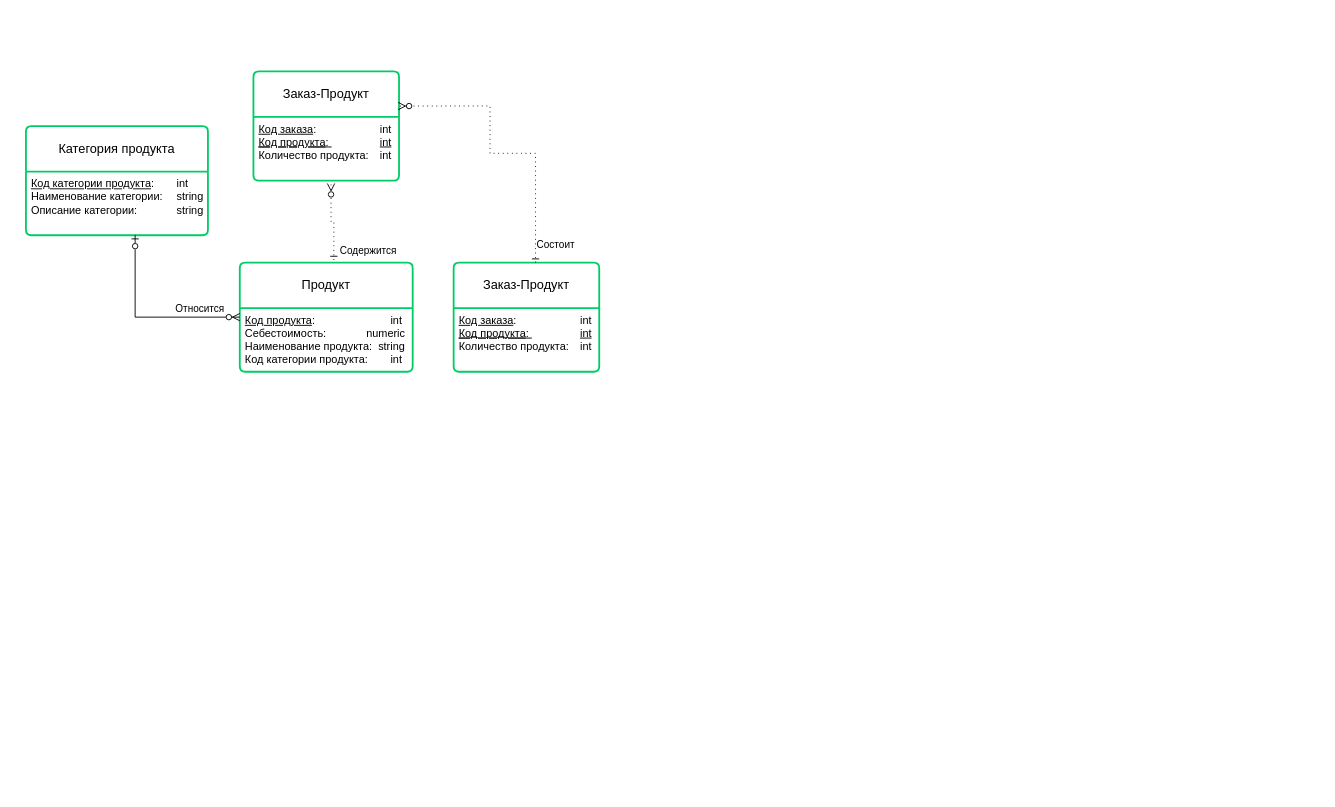
nik-gorby/PWH-18 keeps this draw.io diagram as PWH-18_HW1.drawio. Above is the earlier version. Source tidied: cells renumbered, new cells numbered last; positions are measured from the earlier drawing's top-left corner, leaving out a move shared by most shapes. Both pictures are drawn from the tidied source at 91%, with x=0, y=0 at pixel (25, 71).
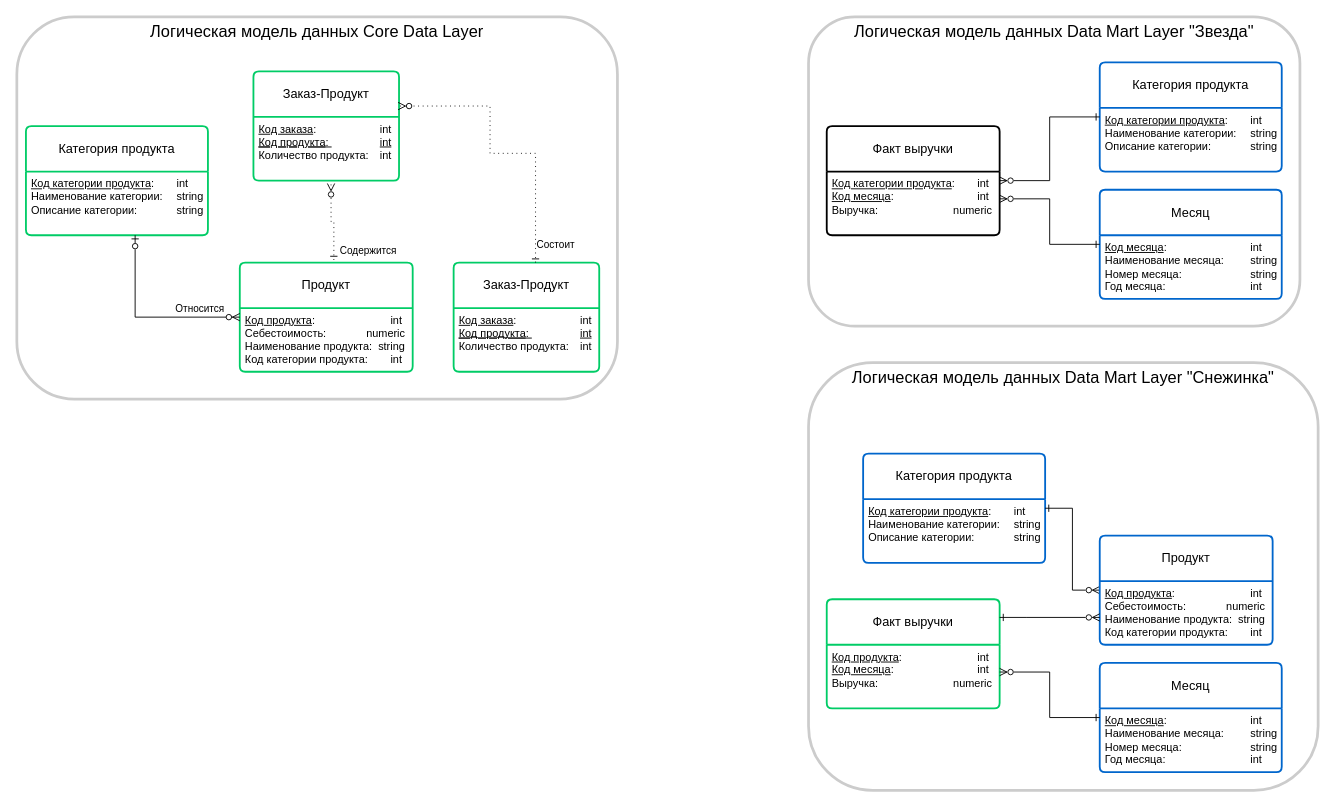
Above is the later version.

Change to the diagram source:
```diff
@@
+    <mxCell id="16" value="Логическая модель данных Data Mart Layer &quot;Снежинка&quot;" style="rounded=1;whiteSpace=wrap;html=1;glass=0;fillColor=none;verticalAlign=top;fontSize=18;strokeColor=#CCCCCC;strokeWidth=3;" parent="1" vertex="1">
+      <mxGeometry x="860" y="320" width="560" height="470" as="geometry" />
+    </mxCell>
+    <mxCell id="17" value="Логическая модель данных Core Data Layer" style="rounded=1;whiteSpace=wrap;html=1;glass=0;fillColor=none;verticalAlign=top;fontSize=18;strokeColor=#CCCCCC;strokeWidth=3;" parent="1" vertex="1">
+      <mxGeometry x="-10" y="-60" width="660" height="420" as="geometry" />
+    </mxCell>
@@
+    <mxCell id="18" style="group;" parent="1" vertex="1">
+      <mxGeometry x="860" y="-60" width="540" height="340" as="geometry" />
+    </mxCell>
+    <mxCell id="19" value="Факт выручки" style="swimlane;horizontal=1;startSize=50;rounded=1;fontSize=14;fontStyle=0;strokeWidth=2;shadow=0;dashed=0;align=center;arcSize=4;whiteSpace=wrap;html=1;" parent="18" vertex="1">
+      <mxGeometry x="20" y="120" width="190" height="120" as="geometry" />
+    </mxCell>
+    <mxCell id="20" value="&lt;u&gt;Код категории продукта&lt;/u&gt;:&lt;span style=&quot;white-space: pre;&quot;&gt;&#9;&lt;/span&gt;int&lt;div&gt;&lt;u&gt;Код месяца&lt;/u&gt;: &lt;span style=&quot;white-space: pre;&quot;&gt;&#9;&lt;/span&gt;&lt;span style=&quot;white-space: pre;&quot;&gt;&#9;&lt;/span&gt;&lt;span style=&quot;white-space: pre;&quot;&gt;&#9;&lt;span style=&quot;white-space: pre;&quot;&gt;&#9;&lt;/span&gt;&lt;/span&gt;int&lt;/div&gt;&lt;div&gt;Выручка: &lt;span style=&quot;white-space: pre;&quot;&gt;&#9;&lt;/span&gt;&lt;span style=&quot;white-space: pre;&quot;&gt;&#9;&lt;span style=&quot;white-space: pre;&quot;&gt;&#9;&lt;/span&gt;&lt;/span&gt;numeric&lt;/div&gt;" style="align=left;strokeColor=none;fillColor=none;spacingLeft=4;spacingRight=4;fontSize=12;verticalAlign=top;html=1;whiteSpace=wrap;" parent="19" vertex="1">
+      <mxGeometry y="50" width="190" height="70" as="geometry" />
+    </mxCell>
+    <mxCell id="21" value="Категория продукта" style="swimlane;horizontal=1;startSize=50;rounded=1;fontSize=14;fontStyle=0;strokeWidth=2;shadow=0;dashed=0;align=center;arcSize=4;whiteSpace=wrap;html=1;strokeColor=#0066CC;" parent="18" vertex="1">
+      <mxGeometry x="320" y="50" width="200" height="120" as="geometry" />
+    </mxCell>
+    <mxCell id="22" value="&lt;div style=&quot;text-align: justify;&quot;&gt;&lt;span style=&quot;background-color: transparent; color: light-dark(rgb(0, 0, 0), rgb(255, 255, 255));&quot;&gt;&lt;u&gt;Код категории продукта&lt;/u&gt;:&lt;span style=&quot;white-space: pre;&quot;&gt;&#9;&lt;/span&gt;&lt;/span&gt;&lt;span style=&quot;background-color: transparent; color: light-dark(rgb(0, 0, 0), rgb(255, 255, 255));&quot;&gt;int&lt;/span&gt;&lt;/div&gt;&lt;div style=&quot;text-align: justify;&quot;&gt;Наименование категории: &lt;span style=&quot;white-space: pre;&quot;&gt;&#9;&lt;/span&gt;string&lt;/div&gt;&lt;div style=&quot;text-align: justify;&quot;&gt;Описание категории: &lt;span style=&quot;white-space: pre;&quot;&gt;&#9;&lt;/span&gt;&lt;span style=&quot;white-space: pre;&quot;&gt;&#9;&lt;/span&gt;string&lt;/div&gt;" style="align=left;strokeColor=none;fillColor=none;spacingLeft=4;spacingRight=4;fontSize=12;verticalAlign=top;html=1;whiteSpace=wrap;" parent="21" vertex="1">
+      <mxGeometry y="50" width="200" height="70" as="geometry" />
+    </mxCell>
+    <mxCell id="23" value="Месяц" style="swimlane;horizontal=1;startSize=50;rounded=1;fontSize=14;fontStyle=0;strokeWidth=2;shadow=0;dashed=0;align=center;arcSize=4;whiteSpace=wrap;html=1;strokeColor=#0066CC;" parent="18" vertex="1">
+      <mxGeometry x="320" y="190" width="200" height="120" as="geometry" />
+    </mxCell>
+    <mxCell id="24" value="&lt;div style=&quot;text-align: justify;&quot;&gt;&lt;span style=&quot;background-color: transparent; color: light-dark(rgb(0, 0, 0), rgb(255, 255, 255));&quot;&gt;&lt;u&gt;Код месяца&lt;/u&gt;:&lt;span style=&quot;white-space: pre;&quot;&gt;&#9;&lt;span style=&quot;white-space: pre;&quot;&gt;&#9;&lt;/span&gt;&lt;span style=&quot;white-space: pre;&quot;&gt;&#9;&lt;/span&gt;&lt;span style=&quot;white-space: pre;&quot;&gt;&#9;&lt;/span&gt;&lt;/span&gt;&lt;/span&gt;&lt;span style=&quot;background-color: transparent; color: light-dark(rgb(0, 0, 0), rgb(255, 255, 255));&quot;&gt;int&lt;/span&gt;&lt;/div&gt;&lt;div style=&quot;text-align: justify;&quot;&gt;Наименование месяца: &lt;span style=&quot;white-space: pre;&quot;&gt;&#9;&lt;/span&gt;string&lt;/div&gt;&lt;div style=&quot;text-align: justify;&quot;&gt;Номер месяца: &lt;span style=&quot;white-space: pre;&quot;&gt;&#9;&lt;/span&gt;&lt;span style=&quot;white-space: pre;&quot;&gt;&#9;&lt;span style=&quot;white-space: pre;&quot;&gt;&#9;&lt;/span&gt;&lt;/span&gt;string&lt;/div&gt;&lt;div style=&quot;&quot;&gt;Год месяца: &lt;span style=&quot;white-space: pre;&quot;&gt;&#9;&lt;/span&gt;&lt;span style=&quot;white-space: pre;&quot;&gt;&#9;&lt;/span&gt;&lt;span style=&quot;white-space: pre;&quot;&gt;&#9;&lt;/span&gt;&lt;span style=&quot;white-space: pre;&quot;&gt;&#9;&lt;/span&gt;int&lt;/div&gt;" style="align=left;strokeColor=none;fillColor=none;spacingLeft=4;spacingRight=4;fontSize=12;verticalAlign=top;html=1;whiteSpace=wrap;" parent="23" vertex="1">
+      <mxGeometry y="50" width="200" height="70" as="geometry" />
+    </mxCell>
+    <mxCell id="25" style="edgeStyle=orthogonalEdgeStyle;fontSize=12;html=1;endArrow=ERone;startArrow=ERzeroToMany;rounded=0;startFill=0;endFill=0;" parent="18" edge="1" source="19" target="21">
+      <mxGeometry relative="1" as="geometry" />
+    </mxCell>
+    <mxCell id="26" style="edgeStyle=orthogonalEdgeStyle;fontSize=12;html=1;endArrow=ERone;startArrow=ERzeroToMany;rounded=0;startFill=0;endFill=0;" parent="18" edge="1" source="19" target="23">
+      <mxGeometry relative="1" as="geometry">
+        <Array as="points">
+          <mxPoint x="265" y="200" />
+          <mxPoint x="265" y="250" />
+        </Array>
+      </mxGeometry>
+    </mxCell>
+    <mxCell id="27" value="Логическая модель данных Data Mart Layer &quot;Звезда&quot;" style="rounded=1;whiteSpace=wrap;html=1;glass=0;fillColor=none;verticalAlign=top;fontSize=18;strokeColor=#CCCCCC;strokeWidth=3;" parent="18" vertex="1">
+      <mxGeometry width="540" height="340" as="geometry" />
+    </mxCell>
+    <mxCell id="28" value="Факт выручки" style="swimlane;horizontal=1;startSize=50;rounded=1;fontSize=14;fontStyle=0;strokeWidth=2;shadow=0;dashed=0;align=center;arcSize=4;whiteSpace=wrap;html=1;strokeColor=#00CC66;" parent="1" vertex="1">
+      <mxGeometry x="880" y="580" width="190" height="120" as="geometry" />
+    </mxCell>
+    <mxCell id="29" value="&lt;u&gt;Код продукта&lt;/u&gt;:&lt;span style=&quot;white-space: pre;&quot;&gt;&#9;&lt;span style=&quot;white-space: pre;&quot;&gt;&#9;&lt;/span&gt;&lt;span style=&quot;white-space: pre;&quot;&gt;&#9;&lt;/span&gt;&lt;span style=&quot;white-space: pre;&quot;&gt;&#9;&lt;/span&gt;&lt;/span&gt;int&lt;div&gt;&lt;u&gt;Код месяца&lt;/u&gt;: &lt;span style=&quot;white-space: pre;&quot;&gt;&#9;&lt;/span&gt;&lt;span style=&quot;white-space: pre;&quot;&gt;&#9;&lt;/span&gt;&lt;span style=&quot;white-space: pre;&quot;&gt;&#9;&lt;span style=&quot;white-space: pre;&quot;&gt;&#9;&lt;/span&gt;&lt;/span&gt;int&lt;/div&gt;&lt;div&gt;Выручка: &lt;span style=&quot;white-space: pre;&quot;&gt;&#9;&lt;/span&gt;&lt;span style=&quot;white-space: pre;&quot;&gt;&#9;&lt;span style=&quot;white-space: pre;&quot;&gt;&#9;&lt;/span&gt;&lt;/span&gt;numeric&lt;/div&gt;" style="align=left;strokeColor=none;fillColor=none;spacingLeft=4;spacingRight=4;fontSize=12;verticalAlign=top;html=1;whiteSpace=wrap;" parent="28" vertex="1">
+      <mxGeometry y="50" width="190" height="70" as="geometry" />
+    </mxCell>
+    <mxCell id="30" value="Категория продукта" style="swimlane;horizontal=1;startSize=50;rounded=1;fontSize=14;fontStyle=0;strokeWidth=2;shadow=0;dashed=0;align=center;arcSize=4;whiteSpace=wrap;html=1;strokeColor=#0066CC;" parent="1" vertex="1">
+      <mxGeometry x="920" y="420" width="200" height="120" as="geometry" />
+    </mxCell>
+    <mxCell id="31" value="&lt;div style=&quot;text-align: justify;&quot;&gt;&lt;span style=&quot;background-color: transparent; color: light-dark(rgb(0, 0, 0), rgb(255, 255, 255));&quot;&gt;&lt;u&gt;Код категории продукта&lt;/u&gt;:&lt;span style=&quot;white-space: pre;&quot;&gt;&#9;&lt;/span&gt;&lt;/span&gt;&lt;span style=&quot;background-color: transparent; color: light-dark(rgb(0, 0, 0), rgb(255, 255, 255));&quot;&gt;int&lt;/span&gt;&lt;/div&gt;&lt;div style=&quot;text-align: justify;&quot;&gt;Наименование категории: &lt;span style=&quot;white-space: pre;&quot;&gt;&#9;&lt;/span&gt;string&lt;/div&gt;&lt;div style=&quot;text-align: justify;&quot;&gt;Описание категории: &lt;span style=&quot;white-space: pre;&quot;&gt;&#9;&lt;/span&gt;&lt;span style=&quot;white-space: pre;&quot;&gt;&#9;&lt;/span&gt;string&lt;/div&gt;" style="align=left;strokeColor=none;fillColor=none;spacingLeft=4;spacingRight=4;fontSize=12;verticalAlign=top;html=1;whiteSpace=wrap;" parent="30" vertex="1">
+      <mxGeometry y="50" width="200" height="70" as="geometry" />
+    </mxCell>
+    <mxCell id="32" value="Месяц" style="swimlane;horizontal=1;startSize=50;rounded=1;fontSize=14;fontStyle=0;strokeWidth=2;shadow=0;dashed=0;align=center;arcSize=4;whiteSpace=wrap;html=1;strokeColor=#0066CC;" parent="1" vertex="1">
+      <mxGeometry x="1180" y="650" width="200" height="120" as="geometry" />
+    </mxCell>
+    <mxCell id="33" value="&lt;div style=&quot;text-align: justify;&quot;&gt;&lt;span style=&quot;background-color: transparent; color: light-dark(rgb(0, 0, 0), rgb(255, 255, 255));&quot;&gt;&lt;u&gt;Код месяца&lt;/u&gt;:&lt;span style=&quot;white-space: pre;&quot;&gt;&#9;&lt;span style=&quot;white-space: pre;&quot;&gt;&#9;&lt;/span&gt;&lt;span style=&quot;white-space: pre;&quot;&gt;&#9;&lt;/span&gt;&lt;span style=&quot;white-space: pre;&quot;&gt;&#9;&lt;/span&gt;&lt;/span&gt;&lt;/span&gt;&lt;span style=&quot;background-color: transparent; color: light-dark(rgb(0, 0, 0), rgb(255, 255, 255));&quot;&gt;int&lt;/span&gt;&lt;/div&gt;&lt;div style=&quot;text-align: justify;&quot;&gt;Наименование месяца: &lt;span style=&quot;white-space: pre;&quot;&gt;&#9;&lt;/span&gt;string&lt;/div&gt;&lt;div style=&quot;text-align: justify;&quot;&gt;Номер месяца: &lt;span style=&quot;white-space: pre;&quot;&gt;&#9;&lt;/span&gt;&lt;span style=&quot;white-space: pre;&quot;&gt;&#9;&lt;span style=&quot;white-space: pre;&quot;&gt;&#9;&lt;/span&gt;&lt;/span&gt;string&lt;/div&gt;&lt;div style=&quot;&quot;&gt;Год месяца: &lt;span style=&quot;white-space: pre;&quot;&gt;&#9;&lt;/span&gt;&lt;span style=&quot;white-space: pre;&quot;&gt;&#9;&lt;/span&gt;&lt;span style=&quot;white-space: pre;&quot;&gt;&#9;&lt;/span&gt;&lt;span style=&quot;white-space: pre;&quot;&gt;&#9;&lt;/span&gt;int&lt;/div&gt;" style="align=left;strokeColor=none;fillColor=none;spacingLeft=4;spacingRight=4;fontSize=12;verticalAlign=top;html=1;whiteSpace=wrap;" parent="32" vertex="1">
+      <mxGeometry y="50" width="200" height="70" as="geometry" />
+    </mxCell>
+    <mxCell id="34" style="edgeStyle=orthogonalEdgeStyle;fontSize=12;html=1;endArrow=ERone;startArrow=ERzeroToMany;rounded=0;startFill=0;endFill=0;" parent="1" edge="1" source="36" target="30">
+      <mxGeometry relative="1" as="geometry">
+        <Array as="points">
+          <mxPoint x="1150" y="570" />
+          <mxPoint x="1150" y="480" />
+        </Array>
+      </mxGeometry>
+    </mxCell>
+    <mxCell id="35" style="edgeStyle=orthogonalEdgeStyle;fontSize=12;html=1;endArrow=ERone;startArrow=ERzeroToMany;rounded=0;startFill=0;endFill=0;" parent="1" edge="1" source="28" target="32">
+      <mxGeometry relative="1" as="geometry">
+        <Array as="points">
+          <mxPoint x="1125" y="660" />
+          <mxPoint x="1125" y="710" />
+        </Array>
+      </mxGeometry>
+    </mxCell>
+    <mxCell id="36" value="Продукт" style="swimlane;horizontal=1;startSize=50;rounded=1;fontSize=14;fontStyle=0;strokeWidth=2;shadow=0;dashed=0;align=center;arcSize=4;whiteSpace=wrap;html=1;strokeColor=#0066CC;" parent="1" vertex="1">
+      <mxGeometry x="1180" y="510" width="190" height="120" as="geometry" />
+    </mxCell>
+    <mxCell id="37" value="&lt;div style=&quot;text-align: justify;&quot;&gt;&lt;u style=&quot;background-color: transparent; color: light-dark(rgb(0, 0, 0), rgb(255, 255, 255));&quot;&gt;Код продукта&lt;/u&gt;&lt;span style=&quot;background-color: transparent; color: light-dark(rgb(0, 0, 0), rgb(255, 255, 255));&quot;&gt;: &lt;span style=&quot;white-space: pre;&quot;&gt;&#9;&lt;/span&gt;&lt;span style=&quot;white-space: pre;&quot;&gt;&#9;&lt;span style=&quot;white-space: pre;&quot;&gt;&#9;&lt;/span&gt;&lt;/span&gt;int&lt;/span&gt;&lt;/div&gt;&lt;div style=&quot;text-align: justify;&quot;&gt;Себестоимость:&amp;nbsp;&lt;span style=&quot;white-space: pre;&quot;&gt;&#9;&lt;span style=&quot;white-space: pre;&quot;&gt;&#9;&lt;/span&gt;&lt;/span&gt;numeric&lt;/div&gt;&lt;div style=&quot;text-align: justify;&quot;&gt;&lt;span style=&quot;background-color: transparent; color: light-dark(rgb(0, 0, 0), rgb(255, 255, 255));&quot;&gt;Наименование продукта:&amp;nbsp; string&lt;/span&gt;&lt;/div&gt;&lt;div style=&quot;text-align: justify;&quot;&gt;&lt;span style=&quot;background-color: transparent; color: light-dark(rgb(0, 0, 0), rgb(255, 255, 255));&quot;&gt;Код категории продукта: &lt;span style=&quot;white-space: pre;&quot;&gt;&#9;&lt;/span&gt;int&lt;/span&gt;&lt;/div&gt;" style="align=left;strokeColor=none;fillColor=none;spacingLeft=4;spacingRight=4;fontSize=12;verticalAlign=top;html=1;whiteSpace=wrap;" parent="36" vertex="1">
+      <mxGeometry y="50" width="190" height="70" as="geometry" />
+    </mxCell>
+    <mxCell id="38" style="edgeStyle=orthogonalEdgeStyle;fontSize=12;html=1;endArrow=ERone;startArrow=ERzeroToMany;rounded=0;startFill=0;endFill=0;" parent="1" edge="1" source="36" target="28">
+      <mxGeometry relative="1" as="geometry">
+        <Array as="points">
+          <mxPoint x="1100" y="600" />
+          <mxPoint x="1100" y="600" />
+        </Array>
+      </mxGeometry>
+    </mxCell>
```
